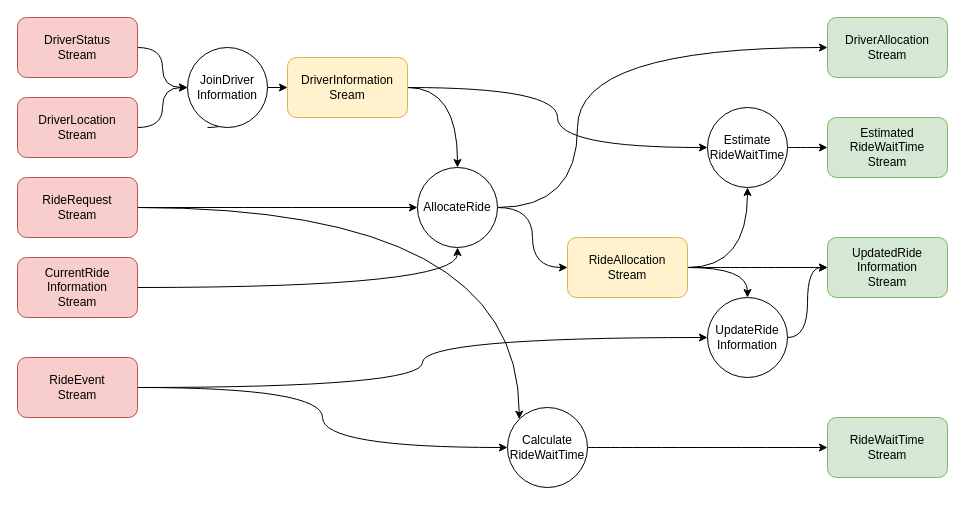
Before: ride_allocation/diagrams/ride_allocation_fbp_ml.drawio in mlatcl/fbp-vs-soa, a draw.io diagram. Source tidied: cells renumbered, new cells numbered last; positions are measured from the earlier drawing's top-left corner, leaving out a move shared by most shapes. Both pictures are drawn from the tidied source at 100%, with x=0, y=0 at pixel (17, 17).
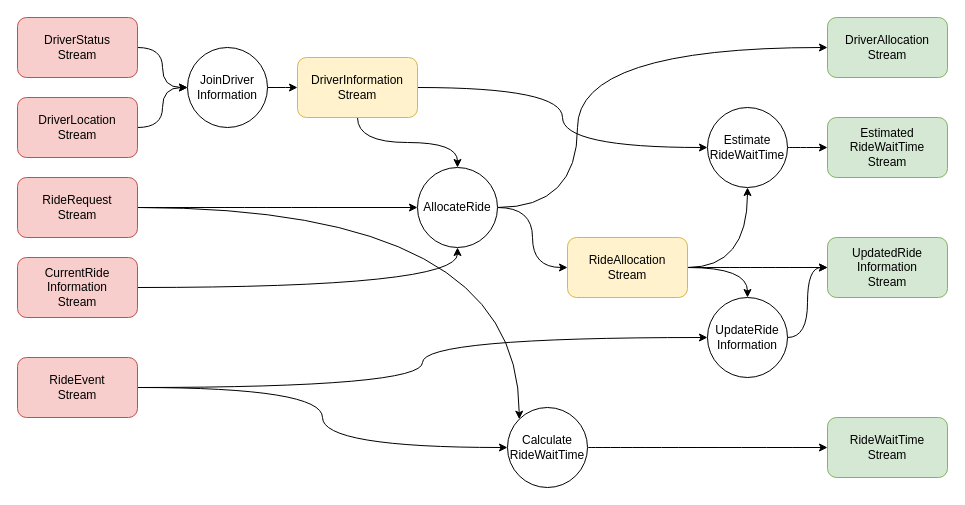
Above is the later version.

Commit message (it also covers changes not shown here):
Fix a typo in node's name

Diff of the diagram source:
```diff
@@
-    <mxCell id="5" style="edgeStyle=orthogonalEdgeStyle;rounded=0;orthogonalLoop=1;jettySize=auto;html=1;curved=1;" parent="1" edge="1">
-      <mxGeometry relative="1" as="geometry">
-        <mxPoint x="190" y="110" as="sourcePoint" />
-        <mxPoint x="250" y="70" as="targetPoint" />
-        <Array as="points">
-          <mxPoint x="220" y="110" />
-          <mxPoint x="220" y="70" />
-        </Array>
-      </mxGeometry>
-    </mxCell>
@@
-    <mxCell id="20" value="&lt;div&gt;DriverInformation&lt;/div&gt;&lt;div&gt;Sream&lt;br&gt;&lt;/div&gt;" style="rounded=1;whiteSpace=wrap;html=1;fillColor=#fff2cc;strokeColor=#d6b656;" parent="1" vertex="1">
-      <mxGeometry x="270" y="40" width="120" height="60" as="geometry" />
+    <mxCell id="20" value="&lt;div&gt;DriverInformation&lt;/div&gt;&lt;div&gt;Stream&lt;br&gt;&lt;/div&gt;" style="rounded=1;whiteSpace=wrap;html=1;fillColor=#fff2cc;strokeColor=#d6b656;" parent="1" vertex="1">
+      <mxGeometry x="280" y="40" width="120" height="60" as="geometry" />
     </mxCell>
```
